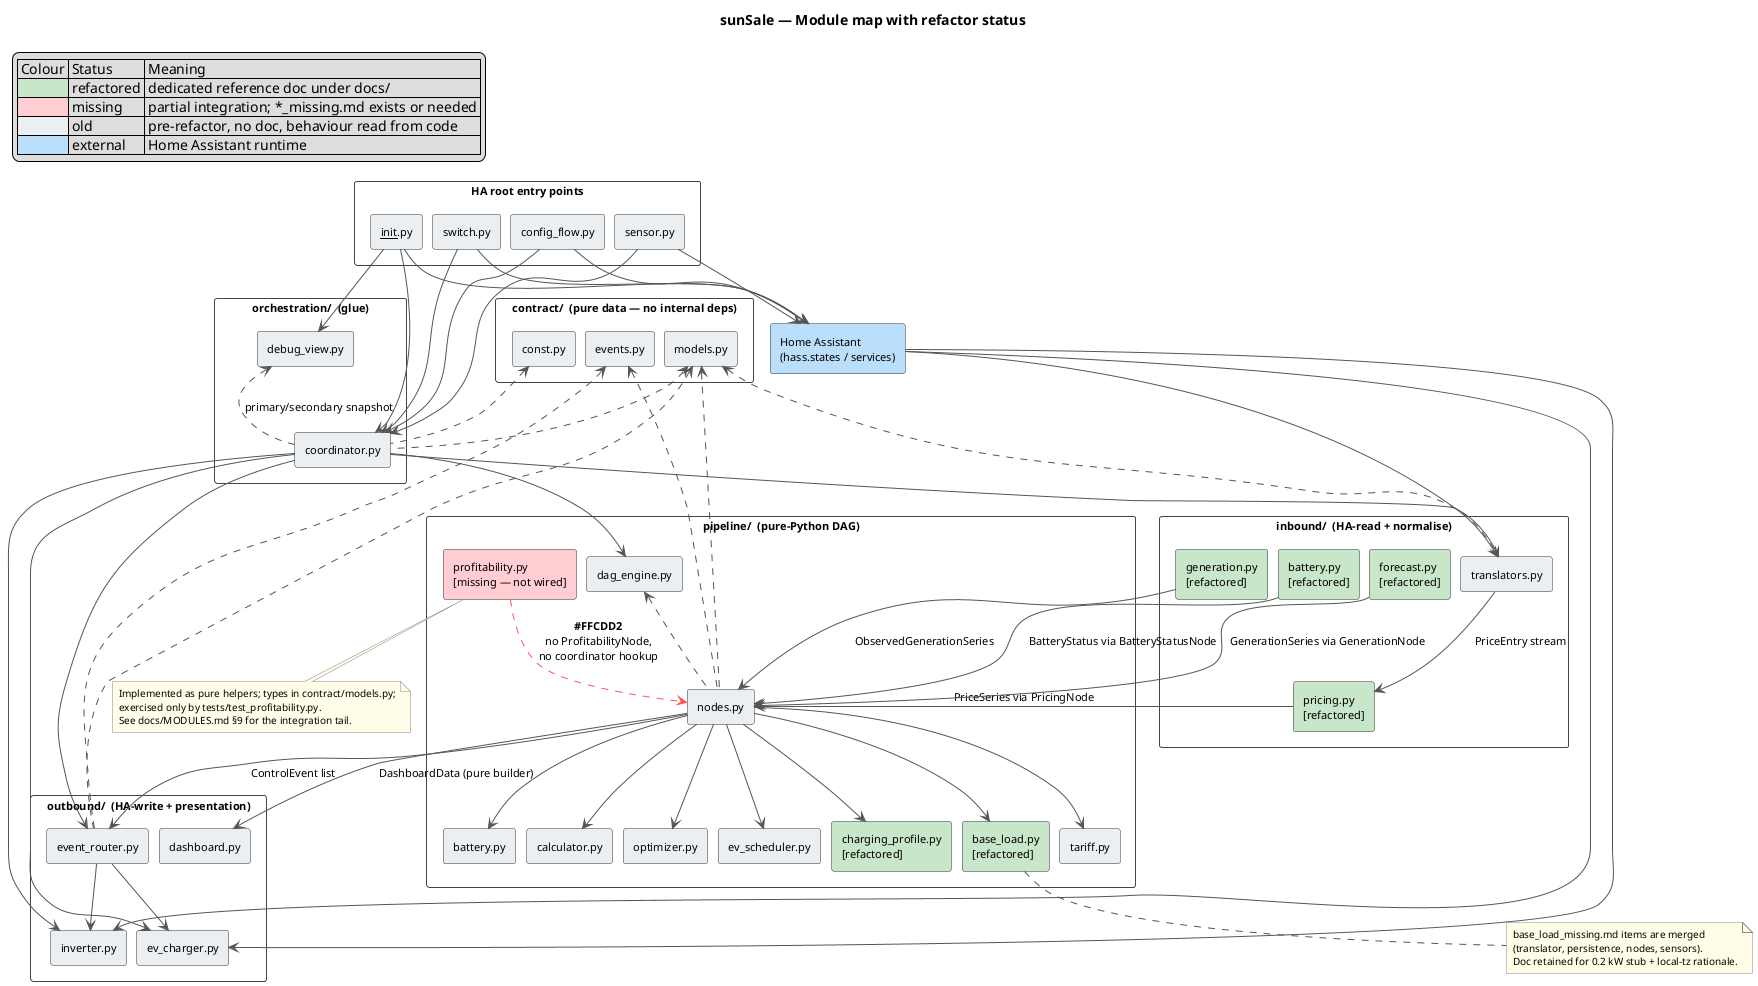
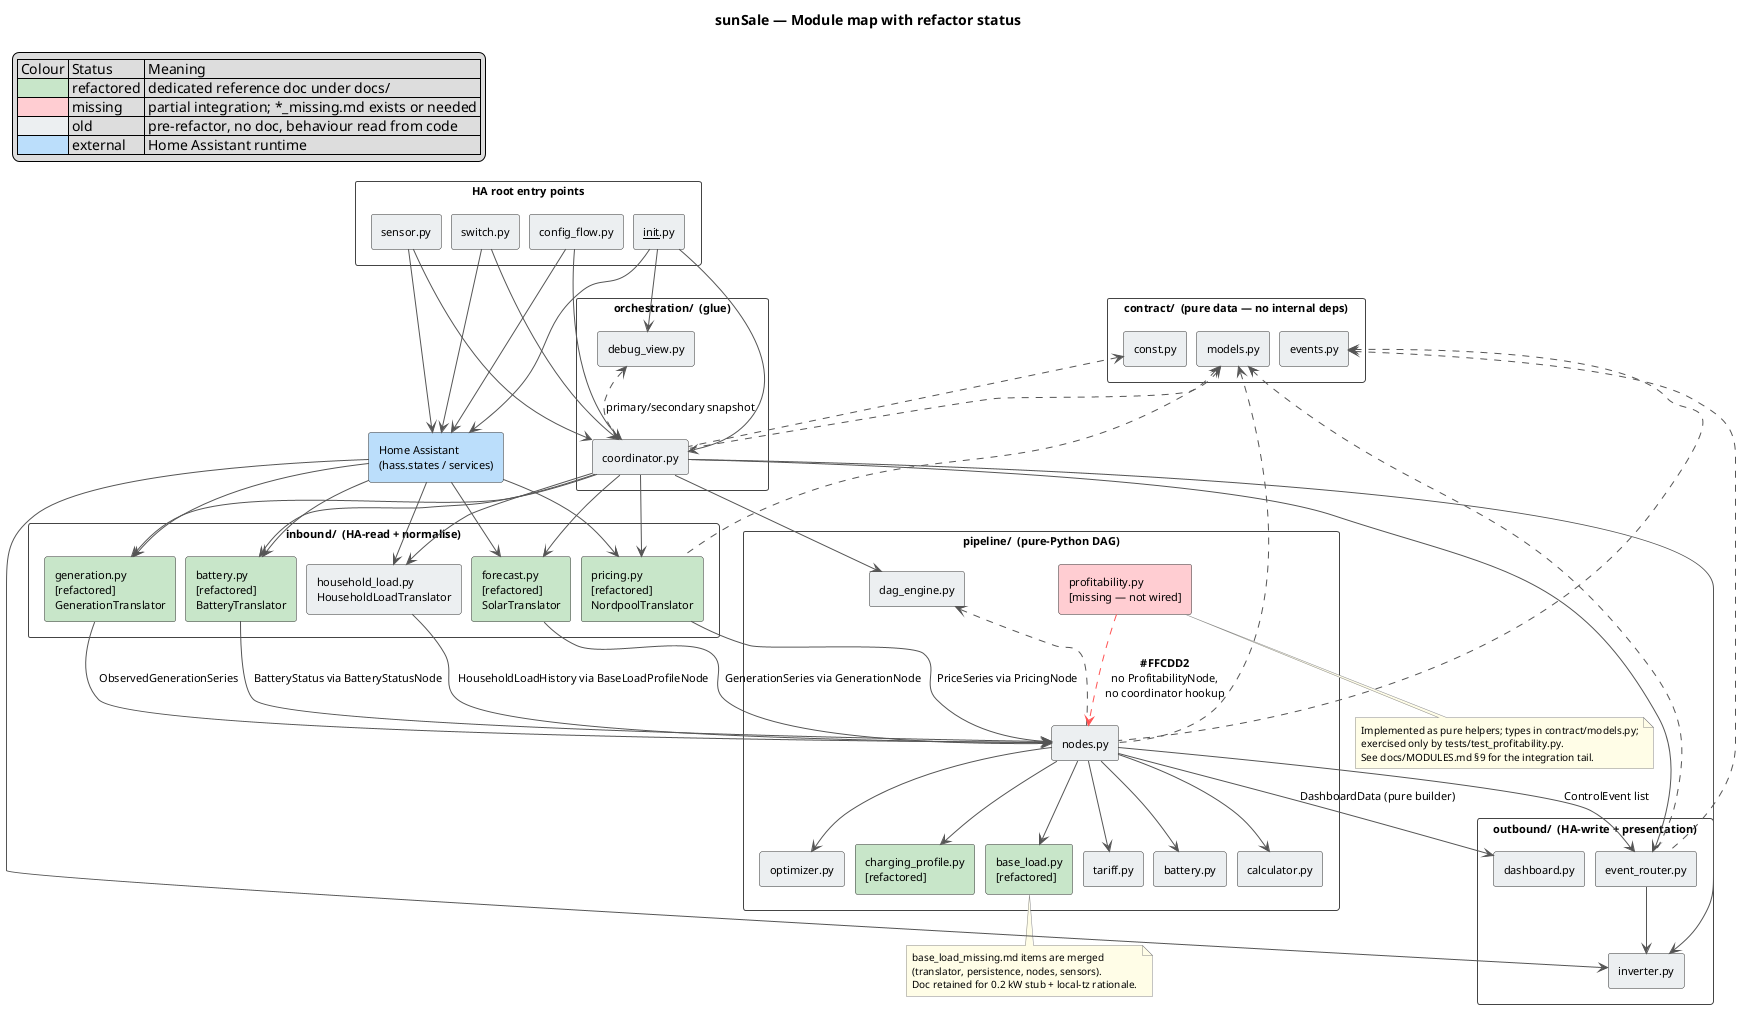
@startuml sunSale_modules
title sunSale — Module map with refactor status

skinparam packageStyle rectangle
skinparam defaultFontSize 11
skinparam nodesep 10
skinparam ranksep 35
skinparam shadowing false

skinparam rectangle {
  FontSize 11
  BorderColor #333
}
skinparam package {
  BorderColor #444
  FontSize 12
  FontStyle bold
}
skinparam note {
  BackgroundColor #FFFDE7
  BorderColor #888
  FontSize 10
}
skinparam ArrowColor #555

' Status palette
!define REFACTORED  #C8E6C9
!define MISSING     #FFCDD2
!define OLD         #ECEFF1
!define EXTERNAL    #BBDEFB

' ─────────────── Legend ───────────────
legend top left
  | Colour | Status | Meaning |
  |<#C8E6C9>| refactored | dedicated reference doc under docs/ |
  |<#FFCDD2>| missing | partial integration; *_missing.md exists or needed |
  |<#ECEFF1>| old | pre-refactor, no doc, behaviour read from code |
  |<#BBDEFB>| external | Home Assistant runtime |
endlegend

' ══════════════════════════════════════════════════════════════
' EXTERNAL
' ══════════════════════════════════════════════════════════════
rectangle "Home Assistant\n(hass.states / services)" as HA EXTERNAL

' ══════════════════════════════════════════════════════════════
' CONTRACT LAYER
' ══════════════════════════════════════════════════════════════
package "contract/  (pure data — no internal deps)" {
  rectangle "const.py"  as C_const  OLD
  rectangle "events.py" as C_events OLD
  rectangle "models.py" as C_models OLD
}

' ══════════════════════════════════════════════════════════════
- ' INBOUND LAYER
+ ' INBOUND LAYER  (one translator per file — old translators.py removed)
' ══════════════════════════════════════════════════════════════
package "inbound/  (HA-read + normalise)" {
-   rectangle "translators.py"        as I_trans OLD
-   rectangle "pricing.py\n[refactored]"     as I_price   REFACTORED
-   rectangle "forecast.py\n[refactored]"    as I_fc      REFACTORED
-   rectangle "generation.py\n[refactored]"  as I_gen     REFACTORED
-   rectangle "battery.py\n[refactored]"     as I_bat     REFACTORED
+   rectangle "pricing.py\n[refactored]\nNordpoolTranslator"        as I_price   REFACTORED
+   rectangle "forecast.py\n[refactored]\nSolarTranslator"          as I_fc      REFACTORED
+   rectangle "generation.py\n[refactored]\nGenerationTranslator"   as I_gen     REFACTORED
+   rectangle "battery.py\n[refactored]\nBatteryTranslator"         as I_bat     REFACTORED
+   rectangle "household_load.py\nHouseholdLoadTranslator"          as I_hh      OLD
}

' ══════════════════════════════════════════════════════════════
' PIPELINE LAYER
' ══════════════════════════════════════════════════════════════
package "pipeline/  (pure-Python DAG)" {
  rectangle "dag_engine.py"      as P_engine  OLD
  rectangle "nodes.py"           as P_nodes   OLD
  rectangle "tariff.py"          as P_tariff  OLD
  rectangle "battery.py"         as P_bat     OLD
  rectangle "calculator.py"      as P_calc    OLD
  rectangle "optimizer.py"       as P_opt     OLD
-   rectangle "ev_scheduler.py"    as P_ev      OLD
  rectangle "charging_profile.py\n[refactored]" as P_cp  REFACTORED
  rectangle "base_load.py\n[refactored]"        as P_bl  REFACTORED
  rectangle "profitability.py\n[missing — not wired]" as P_prof MISSING
}

' ══════════════════════════════════════════════════════════════
' OUTBOUND LAYER
' ══════════════════════════════════════════════════════════════
package "outbound/  (HA-write + presentation)" {
  rectangle "event_router.py" as O_router OLD
  rectangle "inverter.py"     as O_inv    OLD
-   rectangle "ev_charger.py"   as O_ev     OLD
  rectangle "dashboard.py"    as O_dash   OLD
}

' ══════════════════════════════════════════════════════════════
' ORCHESTRATION LAYER
' ══════════════════════════════════════════════════════════════
package "orchestration/  (glue)" {
  rectangle "coordinator.py" as ORCH_coord OLD
  rectangle "debug_view.py"  as ORCH_dbg   OLD
}

' ══════════════════════════════════════════════════════════════
' HA ROOT ENTRY POINTS
' ══════════════════════════════════════════════════════════════
package "HA root entry points" {
  rectangle "__init__.py"   as R_init   OLD
  rectangle "config_flow.py" as R_cfg   OLD
  rectangle "sensor.py"     as R_sens   OLD
  rectangle "switch.py"     as R_sw     OLD
}

' ══════════════════════════════════════════════════════════════
' EDGES
' ══════════════════════════════════════════════════════════════

- ' HA boundary
- HA --> I_trans
+ ' HA boundary — each inbound translator reads hass.states directly
+ HA --> I_price
+ HA --> I_fc
+ HA --> I_gen
+ HA --> I_bat
+ HA --> I_hh
HA --> O_inv
- HA --> O_ev
R_init --> HA
R_cfg  --> HA
R_sens --> HA
R_sw   --> HA

' Contract is consumed everywhere — show one representative edge per layer
- C_models <.. I_trans
+ C_models <.. I_price
C_models <.. P_nodes
C_models <.. O_router
C_models <.. ORCH_coord
C_const  <.. ORCH_coord
C_events <.. P_nodes
C_events <.. O_router

- ' Inbound helpers consumed by translators / nodes
- I_trans  --> I_price : "PriceEntry stream"
+ ' Inbound translators → DAG (each emits its typed primary into the engine)
I_price  --> P_nodes  : "PriceSeries via PricingNode"
I_fc     --> P_nodes  : "GenerationSeries via GenerationNode"
I_gen    --> P_nodes  : "ObservedGenerationSeries"
I_bat    --> P_nodes  : "BatteryStatus via BatteryStatusNode"
+ I_hh     --> P_nodes  : "HouseholdLoadHistory via BaseLoadProfileNode"

' DAG engine wiring
P_engine <.. P_nodes
P_nodes  --> P_tariff
P_nodes  --> P_bat
P_nodes  --> P_calc
P_nodes  --> P_opt
- P_nodes  --> P_ev
P_nodes  --> P_cp
P_nodes  --> P_bl

' Profitability — NOT wired (dashed red)
P_prof ..> P_nodes #FF5252 : "**MISSING**\nno ProfitabilityNode,\nno coordinator hookup"

' Pipeline → Outbound via events
P_nodes --> O_router : "ControlEvent list"
O_router --> O_inv
- O_router --> O_ev
P_nodes --> O_dash    : "DashboardData (pure builder)"

' Orchestration owns translators + engine + router
- ORCH_coord --> I_trans
+ ORCH_coord --> I_price
+ ORCH_coord --> I_fc
+ ORCH_coord --> I_gen
+ ORCH_coord --> I_bat
+ ORCH_coord --> I_hh
ORCH_coord --> P_engine
ORCH_coord --> O_router
ORCH_coord --> O_inv
- ORCH_coord --> O_ev
ORCH_dbg   <.. ORCH_coord : "primary/secondary snapshot"

' Root entries → orchestration
R_init  --> ORCH_coord
R_init  --> ORCH_dbg
R_sens  --> ORCH_coord
R_sw    --> ORCH_coord
R_cfg   --> ORCH_coord

note bottom of P_prof
  Implemented as pure helpers; types in contract/models.py;
  exercised only by tests/test_profitability.py.
  See docs/MODULES.md §9 for the integration tail.
end note

note bottom of P_bl
  base_load_missing.md items are merged
  (translator, persistence, nodes, sensors).
  Doc retained for 0.2 kW stub + local-tz rationale.
end note

@enduml
